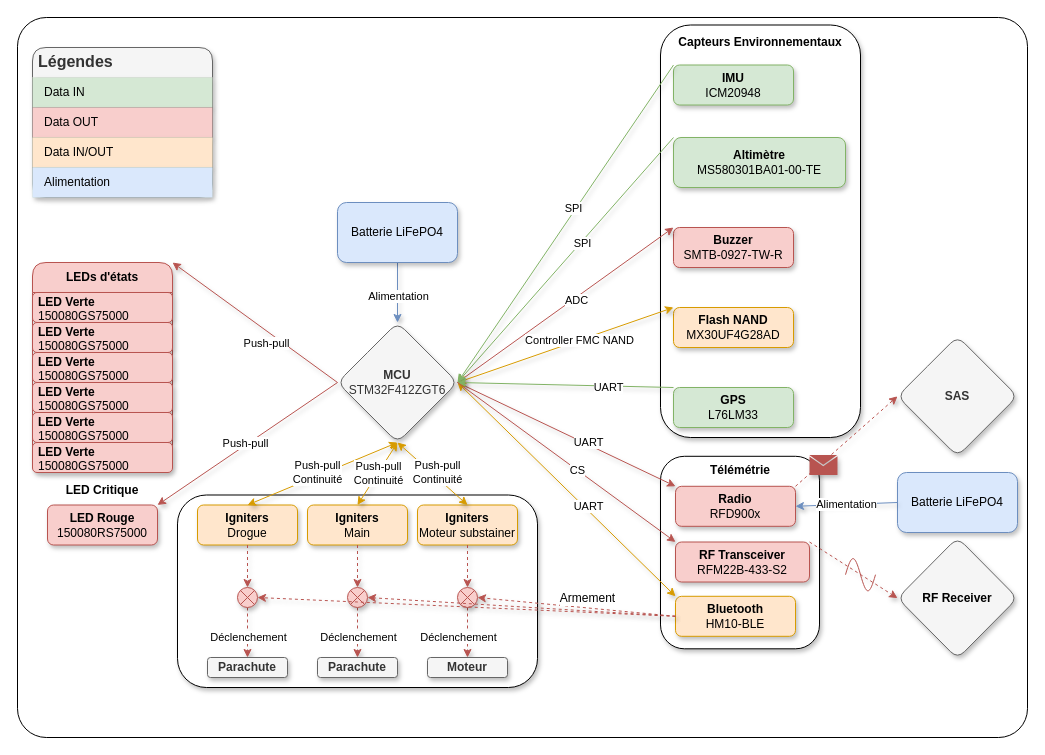
This is Documentation/ODB2/Explications/Diagram_ODB2.drawio from GAULAvionique2024-2025/Ordinateur-de-bord, a draw.io file, before an edit. Source tidied: cells renumbered, new cells numbered last; positions are measured from the earlier drawing's top-left corner, leaving out a move shared by most shapes. Both pictures are drawn from the tidied source at 100%, with x=0, y=0 at pixel (17, 17).
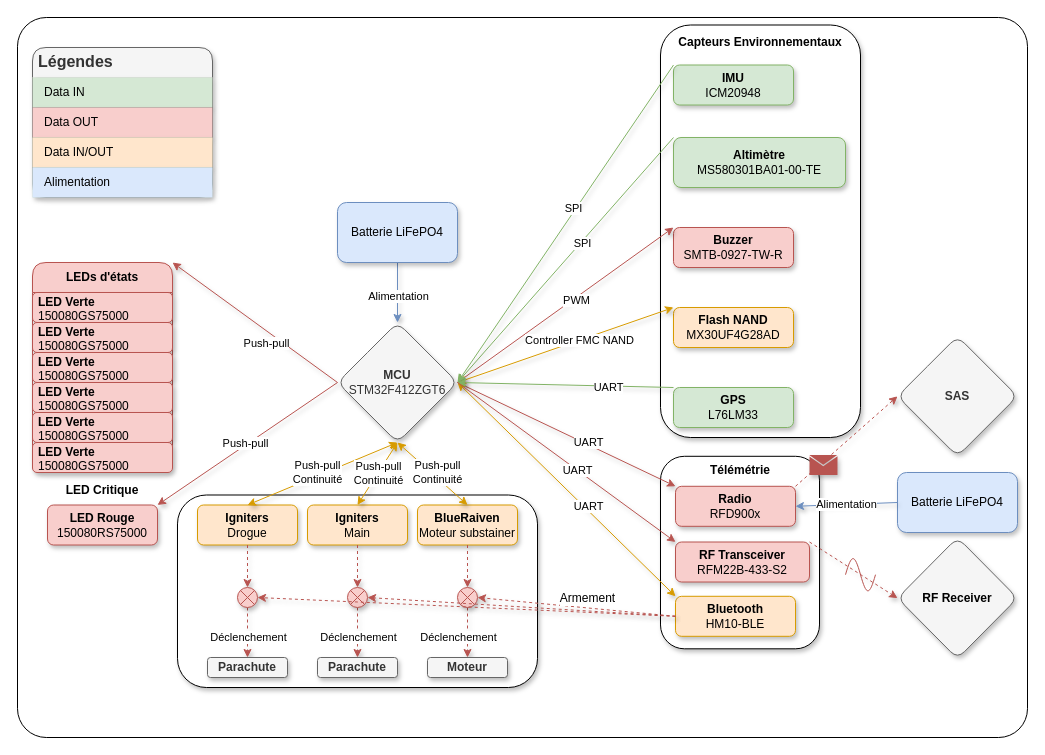
After the change.

Unchanged cells that the change refers to:
```xml
<mxCell id="28" style="endArrow=classic;html=1;rounded=0;exitX=1;exitY=0.5;exitDx=0;exitDy=0;entryX=0;entryY=0;entryDx=0;entryDy=0;shadow=1;fillColor=#f8cecc;strokeColor=#b85450;" parent="1" edge="1" source="6" target="11">
  <mxGeometry relative="1" as="geometry" />
</mxCell>
<mxCell id="90" style="endArrow=classic;html=1;rounded=0;exitX=1;exitY=0.5;exitDx=0;exitDy=0;entryX=0;entryY=0;entryDx=0;entryDy=0;fillColor=#f8cecc;strokeColor=#b85450;shadow=1;" parent="1" edge="1" source="6" target="89">
  <mxGeometry relative="1" as="geometry" />
</mxCell>
```

The edit, as a diff of the source:
```diff
@@
-    <mxCell id="29" value="ADC" style="edgeLabel;html=1;align=center;verticalAlign=middle;" parent="28" vertex="1">
+    <mxCell id="29" value="PWM" style="edgeLabel;html=1;align=center;verticalAlign=middle;" parent="28" vertex="1">
       <mxGeometry x="0.09" y="-2" relative="1" as="geometry" />
     </mxCell>
@@
-    <mxCell id="48" value="&lt;b&gt;Igniters&lt;/b&gt;&lt;div&gt;Moteur substainer&lt;/div&gt;" style="rounded=1;whiteSpace=wrap;html=1;fillColor=#ffe6cc;strokeColor=#d79b00;shadow=1;" parent="1" vertex="1">
+    <mxCell id="48" value="&lt;b&gt;BlueRaiven&lt;/b&gt;&lt;br&gt;&lt;div&gt;Moteur substainer&lt;/div&gt;" style="rounded=1;whiteSpace=wrap;html=1;fillColor=#ffe6cc;strokeColor=#d79b00;shadow=1;" parent="1" vertex="1">
       <mxGeometry x="400" y="487.5" width="100" height="40" as="geometry" />
     </mxCell>
@@
-    <mxCell id="91" value="CS" style="edgeLabel;html=1;align=center;verticalAlign=middle;" parent="90" vertex="1">
+    <mxCell id="91" value="UART" style="edgeLabel;html=1;align=center;verticalAlign=middle;" parent="90" vertex="1">
       <mxGeometry x="0.34" y="2" relative="1" as="geometry">
         <mxPoint x="-28" y="-18" as="offset" />
       </mxGeometry>
     </mxCell>
```
